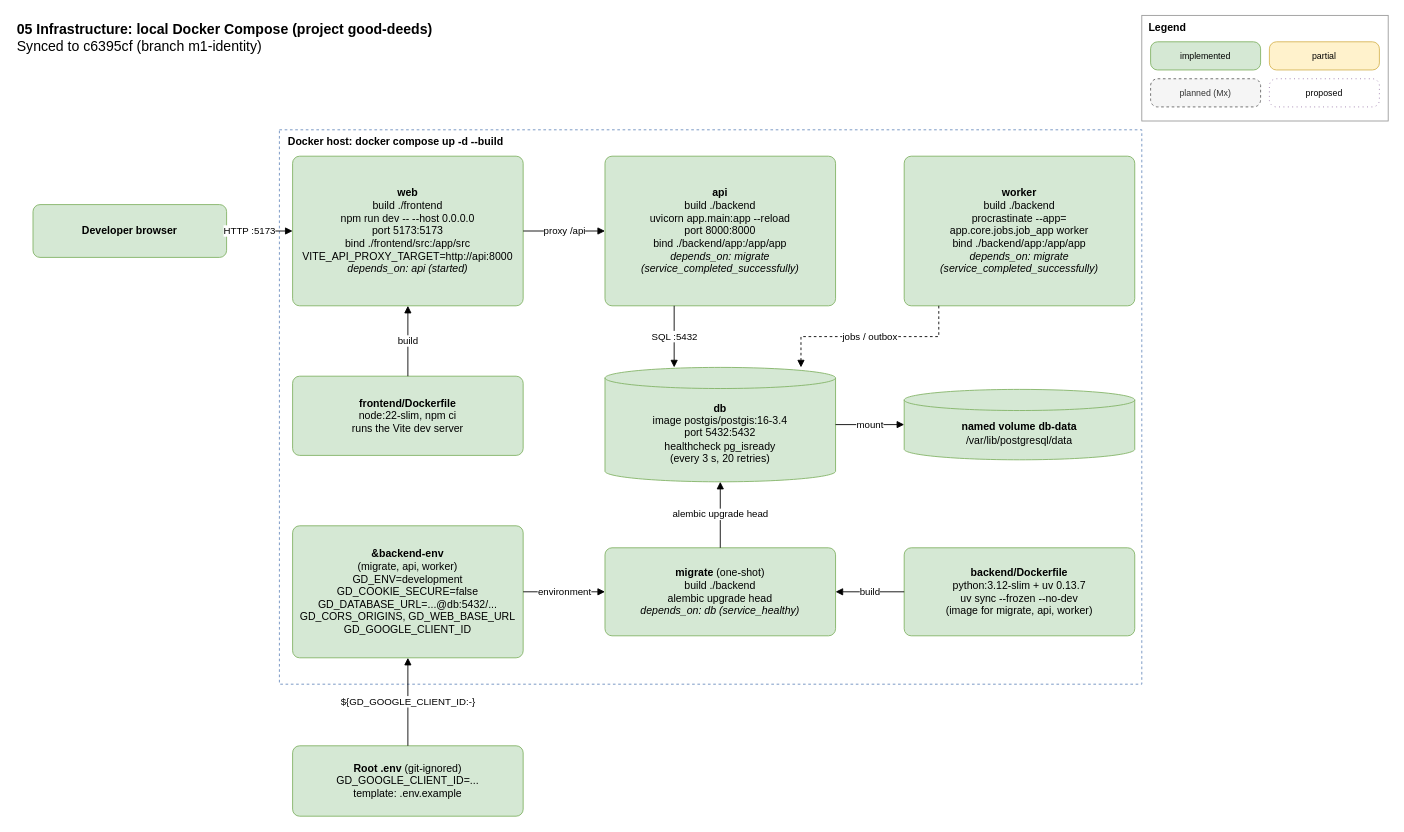
The draw.io diagram page "Local Docker Compose" (1 of 2) of docs/architecture/05-infrastructure-deployment.drawio in Ismail94M/Good-Deeds, before the edit. Source tidied: cells renumbered, new cells numbered last; positions are measured from the earlier drawing's top-left corner, leaving out a move shared by most shapes. Both pictures are drawn from the tidied source at 88%, with x=0, y=0 at pixel (15, 15).
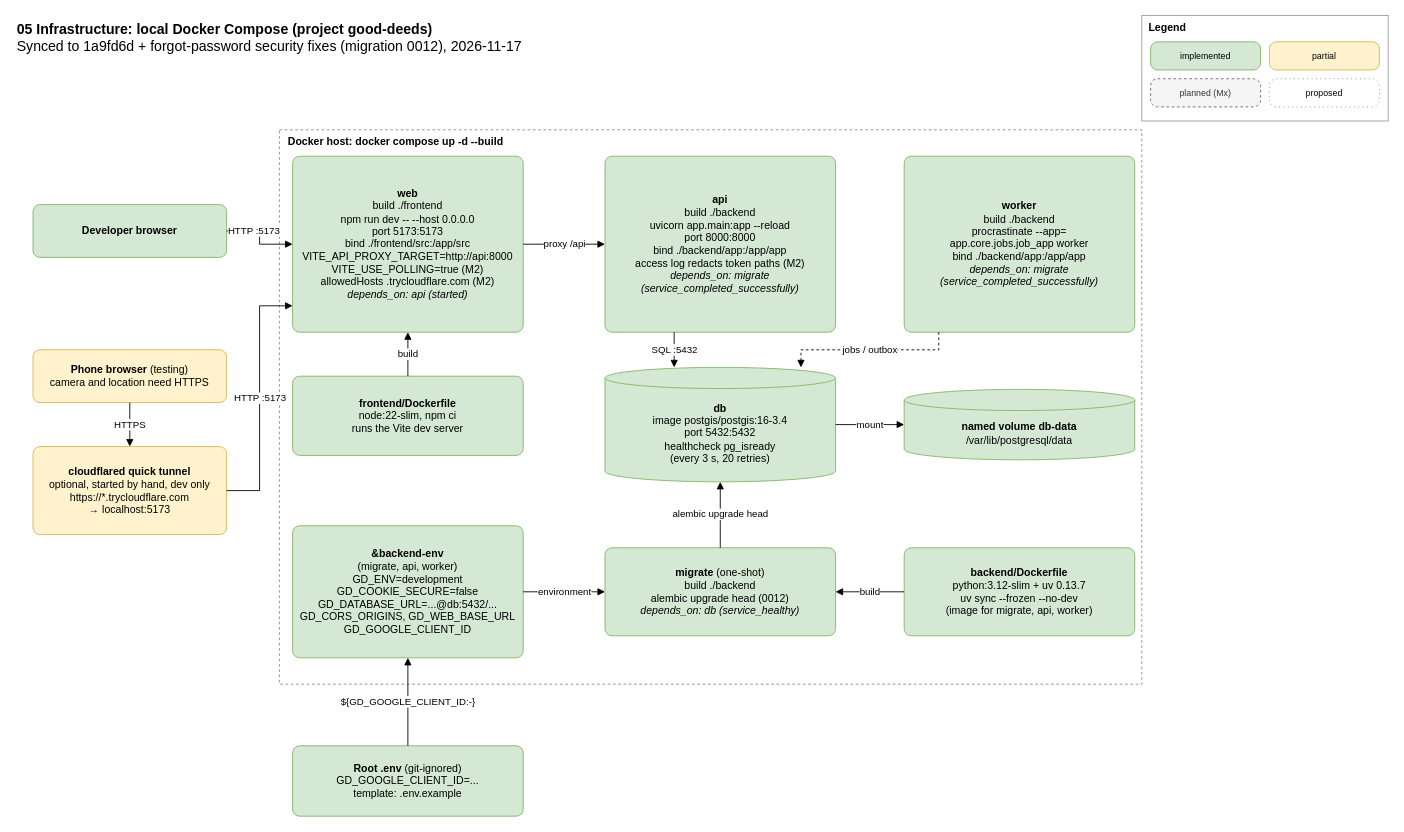
After the change.

The edit, as a diff of the source:
```diff
@@
-    <mxCell id="2" value="&lt;b&gt;05 Infrastructure: local Docker Compose (project good-deeds)&lt;/b&gt;&lt;br&gt;Synced to c6395cf (branch m1-identity)" style="text;html=1;align=left;verticalAlign=top;fontSize=16;" parent="1" vertex="1">
+    <mxCell id="2" value="&lt;b&gt;05 Infrastructure: local Docker Compose (project good-deeds)&lt;/b&gt;&lt;br&gt;Synced to 1a9fd6d + forgot-password security fixes (migration 0012), 2026-11-17" style="text;html=1;align=left;verticalAlign=top;fontSize=16;" parent="1" vertex="1">
       <mxGeometry width="700" height="50" as="geometry" />
     </mxCell>
@@
+    <mxCell id="30" value="&lt;b&gt;Phone browser&lt;/b&gt; (testing)&lt;br&gt;camera and location need HTTPS" style="rounded=1;absoluteArcSize=1;arcSize=16;whiteSpace=wrap;html=1;align=center;verticalAlign=middle;fillColor=#fff2cc;strokeColor=#d6b656;" parent="1" vertex="1">
+      <mxGeometry x="20" y="380" width="220" height="60" as="geometry" />
+    </mxCell>
+    <mxCell id="31" value="&lt;b&gt;cloudflared quick tunnel&lt;/b&gt;&lt;br&gt;optional, started by hand, dev only&lt;br&gt;https://*.trycloudflare.com&lt;br&gt;→ localhost:5173" style="rounded=1;absoluteArcSize=1;arcSize=16;whiteSpace=wrap;html=1;align=center;verticalAlign=middle;fillColor=#fff2cc;strokeColor=#d6b656;" parent="1" vertex="1">
+      <mxGeometry x="20" y="490" width="220" height="100" as="geometry" />
+    </mxCell>
+    <mxCell id="32" value="HTTPS" style="edgeStyle=orthogonalEdgeStyle;rounded=0;html=1;endArrow=block;labelBackgroundColor=#ffffff;exitX=0.5;exitY=1;exitDx=0;exitDy=0;entryX=0.5;entryY=0;entryDx=0;entryDy=0;" parent="1" edge="1" source="30" target="31">
+      <mxGeometry relative="1" as="geometry" />
+    </mxCell>
+    <mxCell id="33" value="HTTP :5173" style="edgeStyle=orthogonalEdgeStyle;rounded=0;html=1;endArrow=block;labelBackgroundColor=#ffffff;exitX=1;exitY=0.5;exitDx=0;exitDy=0;entryX=0;entryY=0.85;entryDx=0;entryDy=0;" parent="1" edge="1" source="31" target="10">
+      <mxGeometry relative="1" as="geometry" />
+    </mxCell>
-    <mxCell id="10" value="&lt;b&gt;web&lt;/b&gt;&lt;br&gt;build ./frontend&lt;br&gt;npm run dev -- --host 0.0.0.0&lt;br&gt;port 5173:5173&lt;br&gt;bind ./frontend/src:/app/src&lt;br&gt;VITE_API_PROXY_TARGET=http://api:8000&lt;br&gt;&lt;i&gt;depends_on: api (started)&lt;/i&gt;" style="rounded=1;absoluteArcSize=1;arcSize=16;whiteSpace=wrap;html=1;align=center;verticalAlign=middle;fillColor=#d5e8d4;strokeColor=#82b366;" parent="1" vertex="1">
-      <mxGeometry x="315" y="160" width="262" height="170" as="geometry" />
+    <mxCell id="10" value="&lt;b&gt;web&lt;/b&gt;&lt;br&gt;build ./frontend&lt;br&gt;npm run dev -- --host 0.0.0.0&lt;br&gt;port 5173:5173&lt;br&gt;bind ./frontend/src:/app/src&lt;br&gt;VITE_API_PROXY_TARGET=http://api:8000&lt;br&gt;VITE_USE_POLLING=true (M2)&lt;br&gt;allowedHosts .trycloudflare.com (M2)&lt;br&gt;&lt;i&gt;depends_on: api (started)&lt;/i&gt;" style="rounded=1;absoluteArcSize=1;arcSize=16;whiteSpace=wrap;html=1;align=center;verticalAlign=middle;fillColor=#d5e8d4;strokeColor=#82b366;" parent="1" vertex="1">
+      <mxGeometry x="315" y="160" width="262" height="200" as="geometry" />
     </mxCell>
-    <mxCell id="11" value="&lt;b&gt;api&lt;/b&gt;&lt;br&gt;build ./backend&lt;br&gt;uvicorn app.main:app --reload&lt;br&gt;port 8000:8000&lt;br&gt;bind ./backend/app:/app/app&lt;br&gt;&lt;i&gt;depends_on: migrate&lt;br&gt;(service_completed_successfully)&lt;/i&gt;" style="rounded=1;absoluteArcSize=1;arcSize=16;whiteSpace=wrap;html=1;align=center;verticalAlign=middle;fillColor=#d5e8d4;strokeColor=#82b366;" parent="1" vertex="1">
-      <mxGeometry x="670" y="160" width="262" height="170" as="geometry" />
+    <mxCell id="11" value="&lt;b&gt;api&lt;/b&gt;&lt;br&gt;build ./backend&lt;br&gt;uvicorn app.main:app --reload&lt;br&gt;port 8000:8000&lt;br&gt;bind ./backend/app:/app/app&lt;br&gt;access log redacts token paths (M2)&lt;br&gt;&lt;i&gt;depends_on: migrate&lt;br&gt;(service_completed_successfully)&lt;/i&gt;" style="rounded=1;absoluteArcSize=1;arcSize=16;whiteSpace=wrap;html=1;align=center;verticalAlign=middle;fillColor=#d5e8d4;strokeColor=#82b366;" parent="1" vertex="1">
+      <mxGeometry x="670" y="160" width="262" height="200" as="geometry" />
     </mxCell>
     <mxCell id="12" value="&lt;b&gt;worker&lt;/b&gt;&lt;br&gt;build ./backend&lt;br&gt;procrastinate --app=&lt;br&gt;app.core.jobs.job_app worker&lt;br&gt;bind ./backend/app:/app/app&lt;br&gt;&lt;i&gt;depends_on: migrate&lt;br&gt;(service_completed_successfully)&lt;/i&gt;" style="rounded=1;absoluteArcSize=1;arcSize=16;whiteSpace=wrap;html=1;align=center;verticalAlign=middle;fillColor=#d5e8d4;strokeColor=#82b366;" parent="1" vertex="1">
-      <mxGeometry x="1010" y="160" width="262" height="170" as="geometry" />
+      <mxGeometry x="1010" y="160" width="262" height="200" as="geometry" />
     </mxCell>
@@
-    <mxCell id="17" value="&lt;b&gt;migrate&lt;/b&gt; (one-shot)&lt;br&gt;build ./backend&lt;br&gt;alembic upgrade head&lt;br&gt;&lt;i&gt;depends_on: db (service_healthy)&lt;/i&gt;" style="rounded=1;absoluteArcSize=1;arcSize=16;whiteSpace=wrap;html=1;align=center;verticalAlign=middle;fillColor=#d5e8d4;strokeColor=#82b366;" parent="1" vertex="1">
+    <mxCell id="17" value="&lt;b&gt;migrate&lt;/b&gt; (one-shot)&lt;br&gt;build ./backend&lt;br&gt;alembic upgrade head (0012)&lt;br&gt;&lt;i&gt;depends_on: db (service_healthy)&lt;/i&gt;" style="rounded=1;absoluteArcSize=1;arcSize=16;whiteSpace=wrap;html=1;align=center;verticalAlign=middle;fillColor=#d5e8d4;strokeColor=#82b366;" parent="1" vertex="1">
       <mxGeometry x="670" y="605" width="262" height="100" as="geometry" />
     </mxCell>
```
